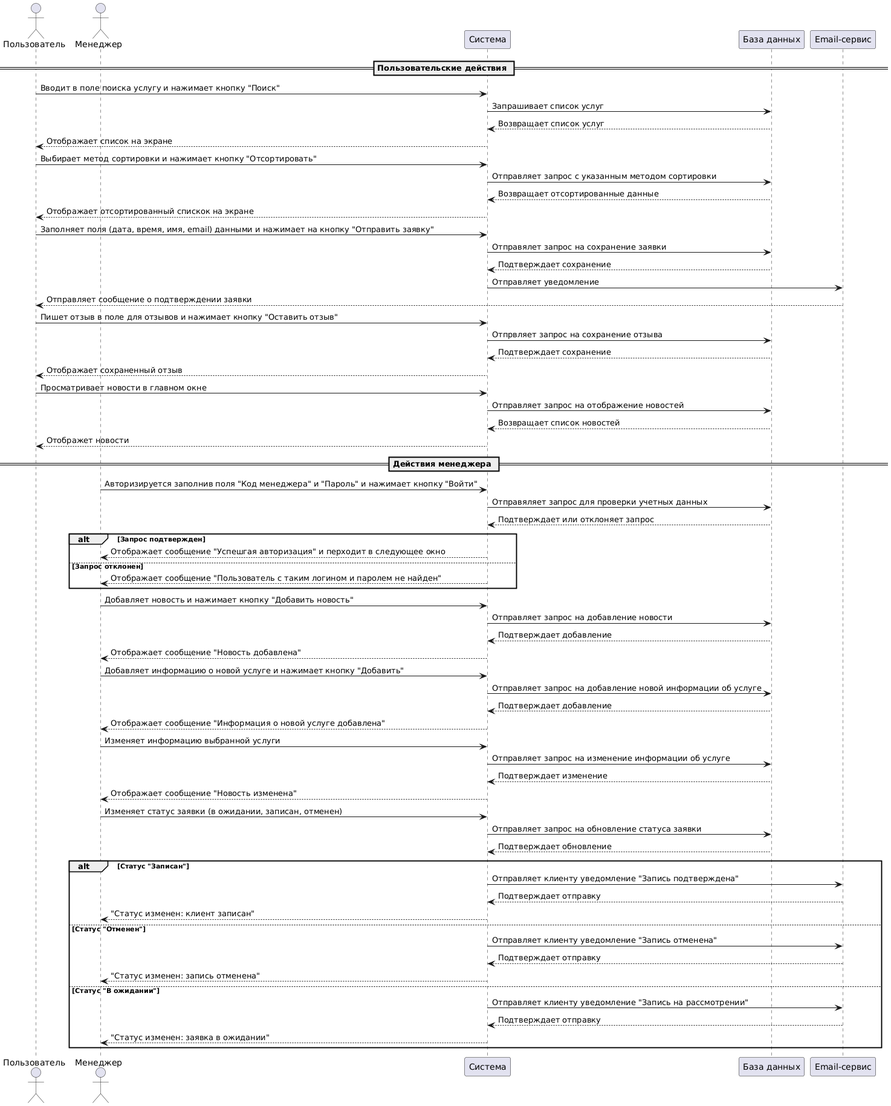
Above: диаграмма последовательности.png in Denis1369/JointWork (PlantUML), before the change.
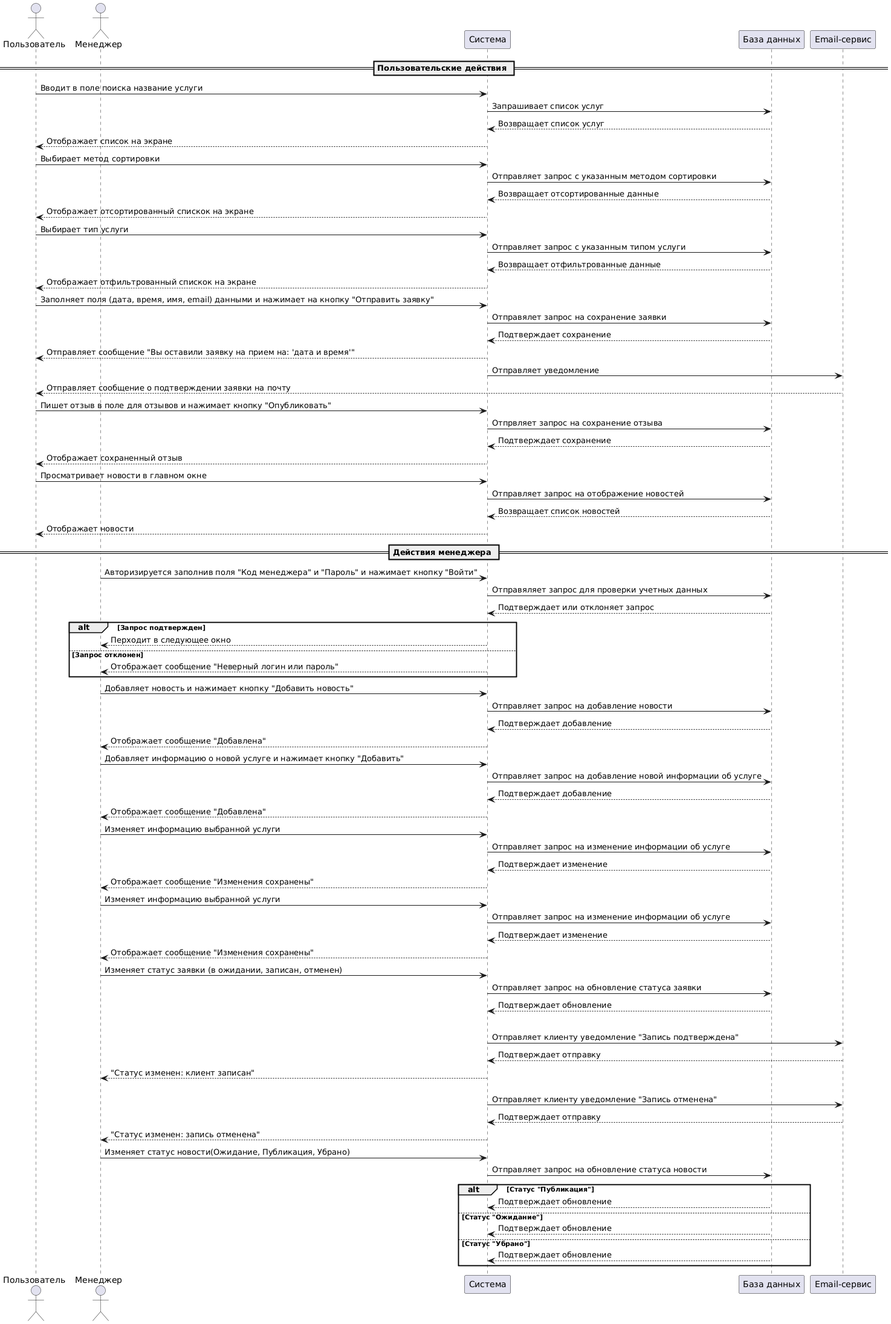
Later version of the same file.

Diff of the diagram source:
```diff
@@ -7,23 +7,29 @@
 participant "Email-сервис" as Email
 
 == Пользовательские действия ==
-Пользователь -> System: Вводит в поле поиска услугу и нажимает кнопку "Поиск"
+Пользователь -> System: Вводит в поле поиска название услуги
 System -> DB: Запрашивает список услуг
 DB --> System: Возвращает список услуг
 System --> Пользователь: Отображает список на экране
 
-Пользователь -> System: Выбирает метод сортировки и нажимает кнопку "Отсортировать"
+Пользователь -> System: Выбирает метод сортировки
 System -> DB: Отправляет запрос с указанным методом сортировки
 DB --> System: Возвращает отсортированные данные
 System --> Пользователь: Отображает отсортированный спискок на экране
 
+Пользователь -> System: Выбирает тип услуги
+System -> DB: Отправляет запрос с указанным типом услуги
+DB --> System: Возвращает отфильтрованные данные
+System --> Пользователь: Отображает отфильтрованный спискок на экране
+
 Пользователь -> System: Заполняет поля (дата, время, имя, email) данными и нажимает на кнопку "Отправить заявку"
 System -> DB: Отправялет запрос на сохранение заявки
 DB --> System: Подтверждает сохранение
+System --> Пользователь: Отправляет сообщение "Вы оставили заявку на прием на: 'дата и время'"
 System -> Email: Отправляет уведомление
-Email --> Пользователь: Отправляет сообщение о подтверждении заявки
+Email --> Пользователь: Отправляет сообщение о подтверждении заявки на почту
 
-Пользователь -> System: Пишет отзыв в поле для отзывов и нажимает кнопку "Оставить отзыв"
+Пользователь -> System: Пишет отзыв в поле для отзывов и нажимает кнопку "Опубликовать"
 System -> DB: Отпрвляет запрос на сохранение отзыва
 DB --> System: Подтверждает сохранение
 System --> Пользователь: Отображает сохраненный отзыв
@@ -31,33 +37,38 @@
 Пользователь -> System: Просматривает новости в главном окне
 System -> DB: Отправляет запрос на отображение новостей
 DB --> System: Возвращает список новостей
-System --> Пользователь: Отображет новости
+System --> Пользователь: Отображает новости
 
 == Действия менеджера ==
 Менеджер -> System: Авторизируется заполнив поля "Код менеджера" и "Пароль" и нажимает кнопку "Войти"
 System -> DB: Отправяляет запрос для проверки учетных данных
 DB --> System: Подтверждает или отклоняет запрос
 alt Запрос подтвержден
-    System--> Менеджер : Отображает сообщение "Успешгая авторизация" и перходит в следующее окно
+    System--> Менеджер : Перходит в следующее окно
 else Запрос отклонен
-    System--> Менеджер : Отображает сообщение "Пользователь с таким логином и паролем не найден"
+    System--> Менеджер : Отображает сообщение "Неверный логин или пароль"
 end
 
 Менеджер -> System: Добавляет новость и нажимает кнопку "Добавить новость"
 System -> DB: Отправляет запрос на добавление новости
 DB --> System: Подтверждает добавление
-System --> Менеджер: Отображает сообщение "Новость добавлена"
+System --> Менеджер: Отображает сообщение "Добавлена"
 
 
 Менеджер -> System: Добавляет информацию о новой услуге и нажимает кнопку "Добавить"
 System -> DB: Отправляет запрос на добавление новой информации об услуге
 DB --> System: Подтверждает добавление
-System --> Менеджер: Отображает сообщение "Информация о новой услуге добавлена"
+System --> Менеджер: Отображает сообщение "Добавлена"
 
 Менеджер -> System: Изменяет информацию выбранной услуги
 System -> DB: Отправляет запрос на изменение информации об услуге
 DB --> System: Подтверждает изменение
-System --> Менеджер: Отображает сообщение "Новость изменена"
+System --> Менеджер: Отображает сообщение "Изменения сохранены"
+
+Менеджер -> System: Изменяет информацию выбранной услуги
+System -> DB: Отправляет запрос на изменение информации об услуге
+DB --> System: Подтверждает изменение
+System --> Менеджер: Отображает сообщение "Изменения сохранены"
 
 Менеджер -> System: Изменяет статус заявки (в ожидании, записан, отменен)
 System -> DB: Отправляет запрос на обновление статуса заявки
@@ -73,9 +84,16 @@
     Email --> System: Подтверждает отправку
     System --> Менеджер: "Статус изменен: запись отменена"
 
-else Статус "В ожидании"
-    System -> Email: Отправляет клиенту уведомление "Запись на рассмотрении"
-    Email --> System: Подтверждает отправку
-    System --> Менеджер: "Статус изменен: заявка в ожидании"
+Менеджер -> System: Изменяет статус новости(Ожидание, Публикация, Убрано)
+System -> DB: Отправляет запрос на обновление статуса новости
+
+alt Статус "Публикация"
+   DB --> System: Подтверждает обновление
+
+else Статус "Ожидание"
+    DB --> System: Подтверждает обновление
+
+else Статус "Убрано"
+    DB --> System: Подтверждает обновление
 end
 @enduml
```
